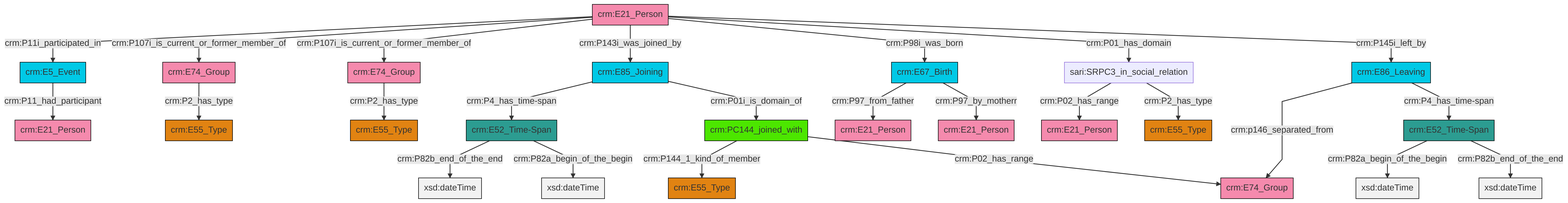
Before: et/personCSV/ttl/mmd/png/Person_Actor_Relations.png, a diagram exported from Mermaid (swiss-art-research-net/reference-data-models). Its source is kept beside it as et/personCSV/ttl/mmd/Person_Actor_Relations.ttl.mmd.
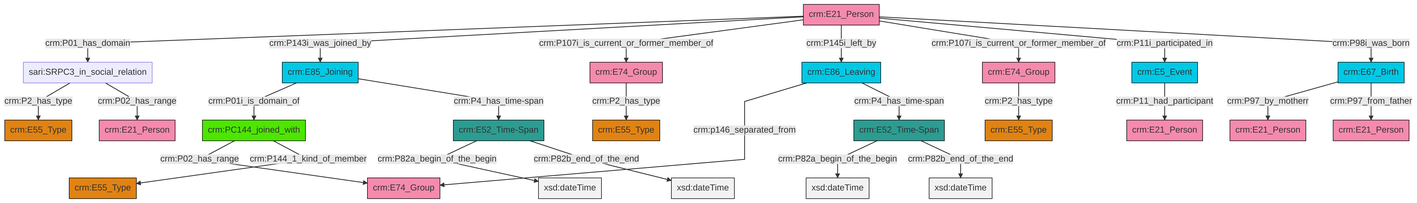
Later version of the same file.

Change to the diagram source:
```diff
@@ -13,27 +13,27 @@
 classDef PC_Classes fill:#4ce600, stroke:#000000;
 classDef Multi fill:#cccccc,stroke:#000000;
 
-0["crm:E21_Person"]:::Actor -->|crm:P11i_participated_in| 1["crm:E5_Event"]:::Temporal_Entity
-0["crm:E21_Person"]:::Actor -->|crm:P107i_is_current_or_former_member_of| 4["crm:E74_Group"]:::Actor
-8["crm:E85_Joining"]:::Temporal_Entity -->|crm:P4_has_time-span| 9["crm:E52_Time-Span"]:::Time-Span
-13["crm:PC144_joined_with"]:::PC_Classes -->|crm:P144_1_kind_of_member| 14["crm:E55_Type"]:::Type
-15["crm:E86_Leaving"]:::Temporal_Entity -->|crm:p146_separated_from| 16["crm:E74_Group"]:::Actor
-0["crm:E21_Person"]:::Actor -->|crm:P107i_is_current_or_former_member_of| 17["crm:E74_Group"]:::Actor
-4["crm:E74_Group"]:::Actor -->|crm:P2_has_type| 2["crm:E55_Type"]:::Type
-10["crm:E67_Birth"]:::Temporal_Entity -->|crm:P97_from_father| 21["crm:E21_Person"]:::Actor
-10["crm:E67_Birth"]:::Temporal_Entity -->|crm:P97_by_motherr| 24["crm:E21_Person"]:::Actor
-0["crm:E21_Person"]:::Actor -->|crm:P143i_was_joined_by| 8["crm:E85_Joining"]:::Temporal_Entity
-15["crm:E86_Leaving"]:::Temporal_Entity -->|crm:P4_has_time-span| 25["crm:E52_Time-Span"]:::Time-Span
-25["crm:E52_Time-Span"]:::Time-Span -->|crm:P82a_begin_of_the_begin| 27[xsd:dateTime]:::Literal
-9["crm:E52_Time-Span"]:::Time-Span -->|crm:P82b_end_of_the_end| 30[xsd:dateTime]:::Literal
-9["crm:E52_Time-Span"]:::Time-Span -->|crm:P82a_begin_of_the_begin| 31[xsd:dateTime]:::Literal
-32["sari:SRPC3_in_social_relation"]:::Default -->|crm:P02_has_range| 22["crm:E21_Person"]:::Actor
-17["crm:E74_Group"]:::Actor -->|crm:P2_has_type| 6["crm:E55_Type"]:::Type
-1["crm:E5_Event"]:::Temporal_Entity -->|crm:P11_had_participant| 36["crm:E21_Person"]:::Actor
-25["crm:E52_Time-Span"]:::Time-Span -->|crm:P82b_end_of_the_end| 37[xsd:dateTime]:::Literal
-32["sari:SRPC3_in_social_relation"]:::Default -->|crm:P2_has_type| 19["crm:E55_Type"]:::Type
-0["crm:E21_Person"]:::Actor -->|crm:P98i_was_born| 10["crm:E67_Birth"]:::Temporal_Entity
-0["crm:E21_Person"]:::Actor -->|crm:P01_has_domain| 32["sari:SRPC3_in_social_relation"]:::Default
-0["crm:E21_Person"]:::Actor -->|crm:P145i_left_by| 15["crm:E86_Leaving"]:::Temporal_Entity
-8["crm:E85_Joining"]:::Temporal_Entity -->|crm:P01i_is_domain_of| 13["crm:PC144_joined_with"]:::PC_Classes
-13["crm:PC144_joined_with"]:::PC_Classes -->|crm:P02_has_range| 16["crm:E74_Group"]:::Actor
+0["crm:E85_Joining"]:::Temporal_Entity -->|crm:P01i_is_domain_of| 1["crm:PC144_joined_with"]:::PC_Classes
+2["crm:E21_Person"]:::Actor -->|crm:P01_has_domain| 3["sari:SRPC3_in_social_relation"]:::Default
+2["crm:E21_Person"]:::Actor -->|crm:P143i_was_joined_by| 0["crm:E85_Joining"]:::Temporal_Entity
+2["crm:E21_Person"]:::Actor -->|crm:P107i_is_current_or_former_member_of| 16["crm:E74_Group"]:::Actor
+3["sari:SRPC3_in_social_relation"]:::Default -->|crm:P2_has_type| 19["crm:E55_Type"]:::Type
+3["sari:SRPC3_in_social_relation"]:::Default -->|crm:P02_has_range| 20["crm:E21_Person"]:::Actor
+16["crm:E74_Group"]:::Actor -->|crm:P2_has_type| 5["crm:E55_Type"]:::Type
+1["crm:PC144_joined_with"]:::PC_Classes -->|crm:P02_has_range| 24["crm:E74_Group"]:::Actor
+13["crm:E86_Leaving"]:::Temporal_Entity -->|crm:p146_separated_from| 24["crm:E74_Group"]:::Actor
+21["crm:E52_Time-Span"]:::Time-Span -->|crm:P82a_begin_of_the_begin| 26[xsd:dateTime]:::Literal
+29["crm:E5_Event"]:::Temporal_Entity -->|crm:P11_had_participant| 9["crm:E21_Person"]:::Actor
+2["crm:E21_Person"]:::Actor -->|crm:P145i_left_by| 13["crm:E86_Leaving"]:::Temporal_Entity
+1["crm:PC144_joined_with"]:::PC_Classes -->|crm:P144_1_kind_of_member| 7["crm:E55_Type"]:::Type
+17["crm:E67_Birth"]:::Temporal_Entity -->|crm:P97_by_motherr| 31["crm:E21_Person"]:::Actor
+11["crm:E74_Group"]:::Actor -->|crm:P2_has_type| 27["crm:E55_Type"]:::Type
+34["crm:E52_Time-Span"]:::Time-Span -->|crm:P82a_begin_of_the_begin| 35[xsd:dateTime]:::Literal
+2["crm:E21_Person"]:::Actor -->|crm:P107i_is_current_or_former_member_of| 11["crm:E74_Group"]:::Actor
+17["crm:E67_Birth"]:::Temporal_Entity -->|crm:P97_from_father| 37["crm:E21_Person"]:::Actor
+2["crm:E21_Person"]:::Actor -->|crm:P11i_participated_in| 29["crm:E5_Event"]:::Temporal_Entity
+21["crm:E52_Time-Span"]:::Time-Span -->|crm:P82b_end_of_the_end| 38[xsd:dateTime]:::Literal
+13["crm:E86_Leaving"]:::Temporal_Entity -->|crm:P4_has_time-span| 34["crm:E52_Time-Span"]:::Time-Span
+34["crm:E52_Time-Span"]:::Time-Span -->|crm:P82b_end_of_the_end| 42[xsd:dateTime]:::Literal
+2["crm:E21_Person"]:::Actor -->|crm:P98i_was_born| 17["crm:E67_Birth"]:::Temporal_Entity
+0["crm:E85_Joining"]:::Temporal_Entity -->|crm:P4_has_time-span| 21["crm:E52_Time-Span"]:::Time-Span
```
